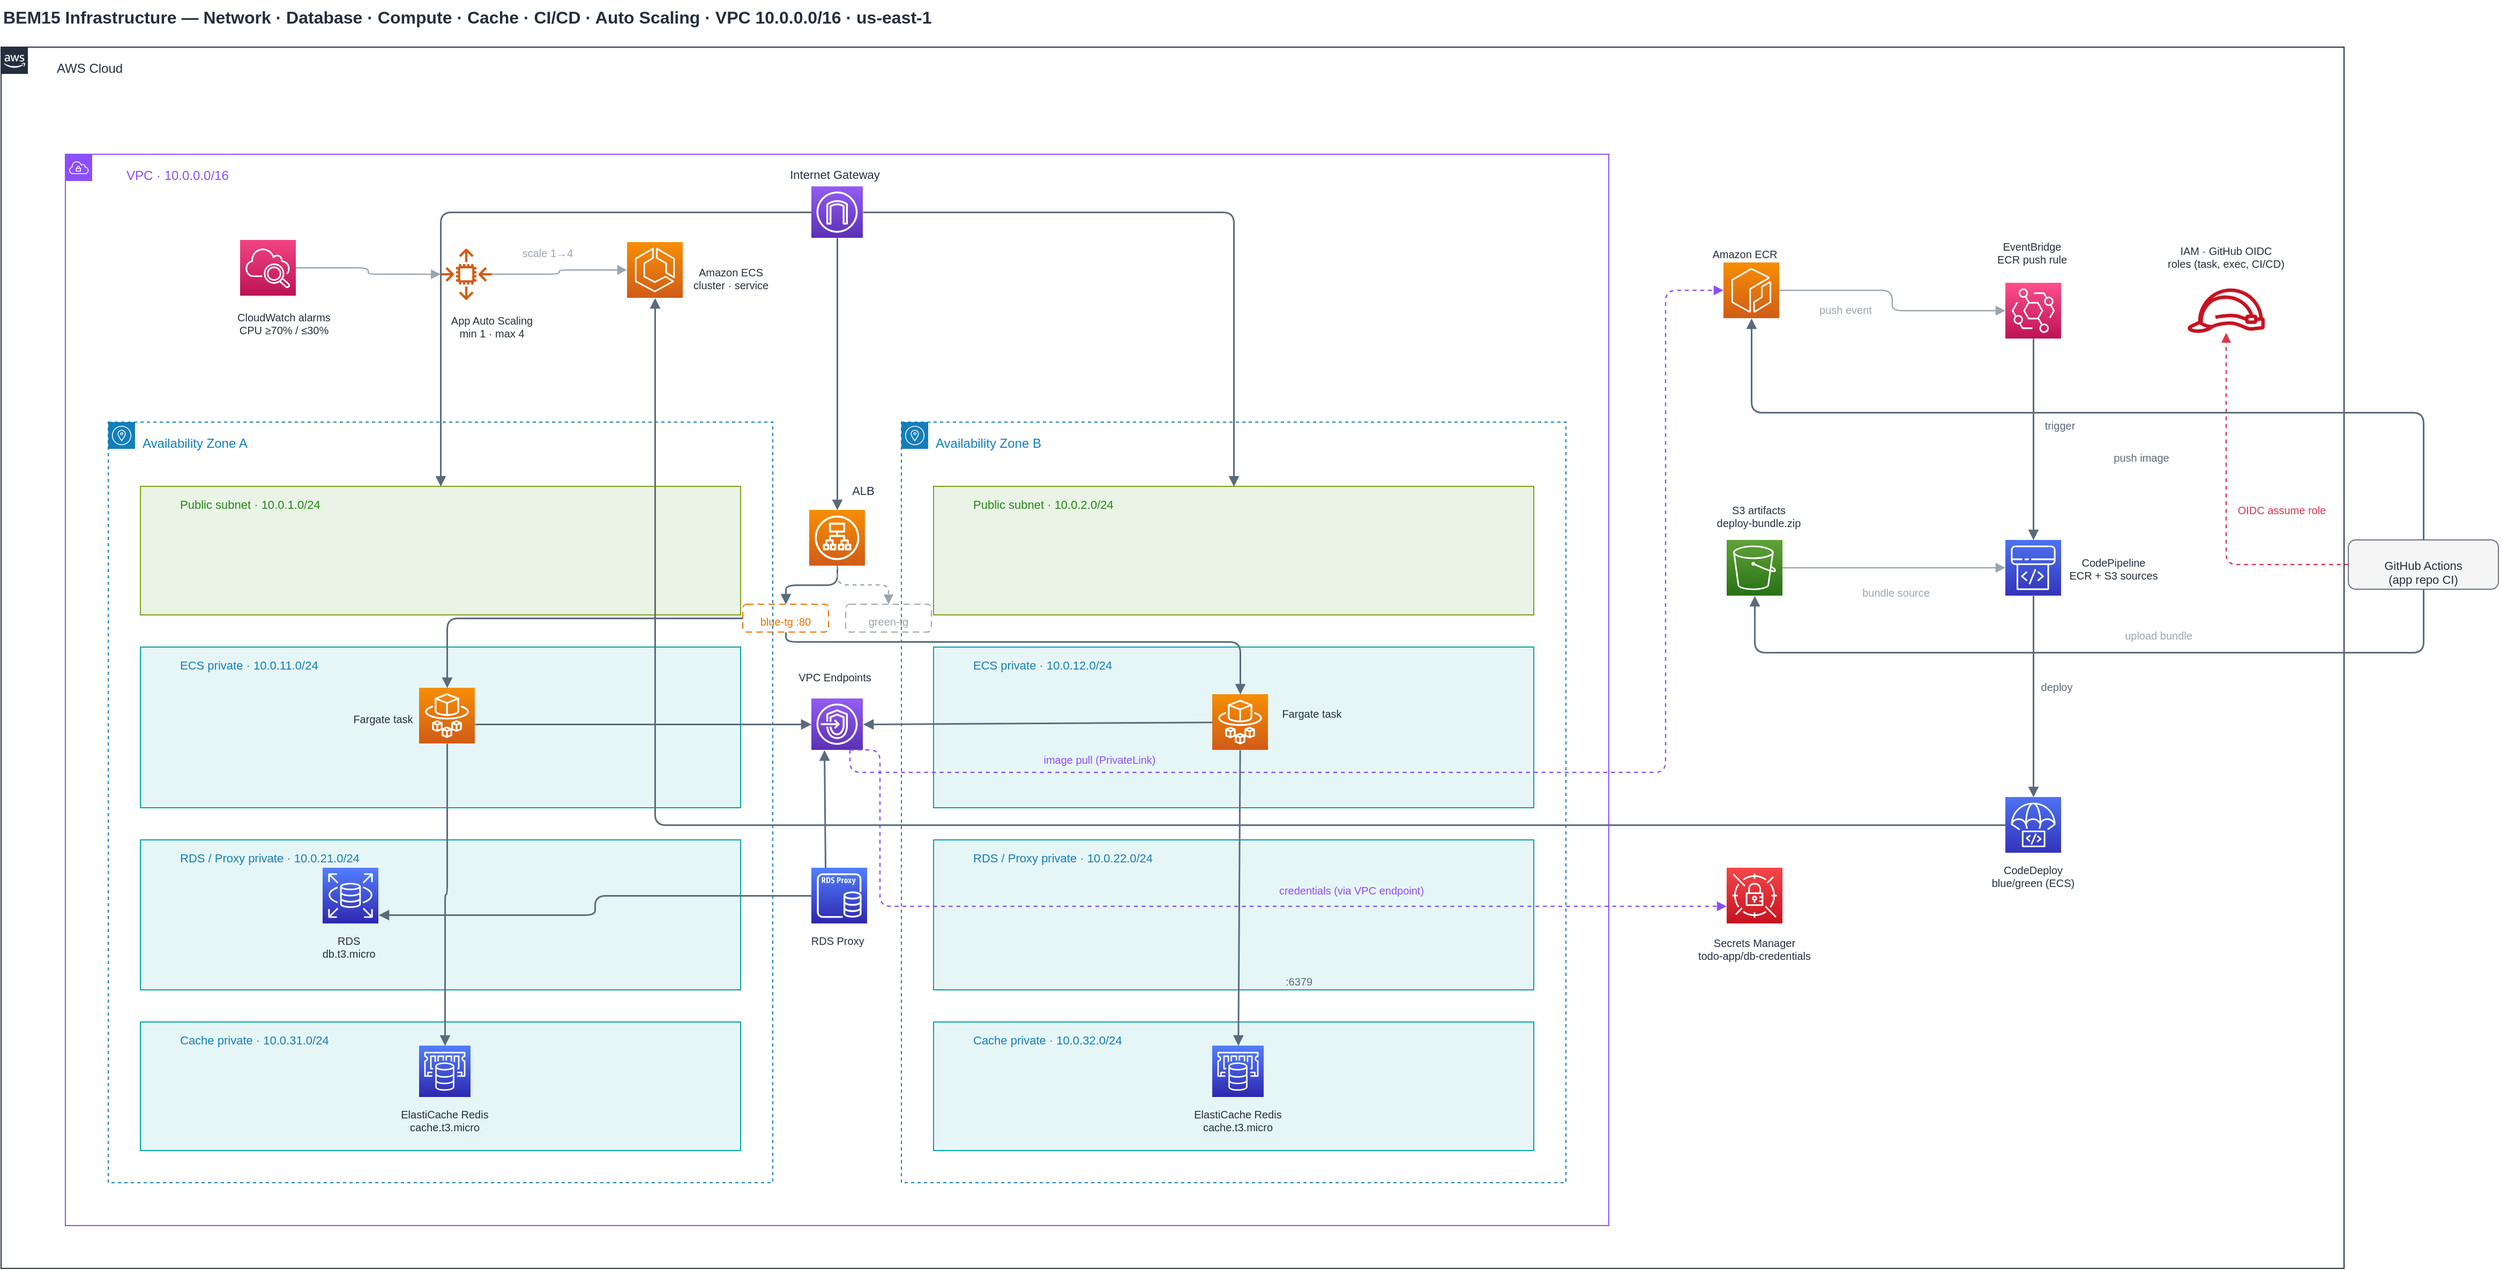
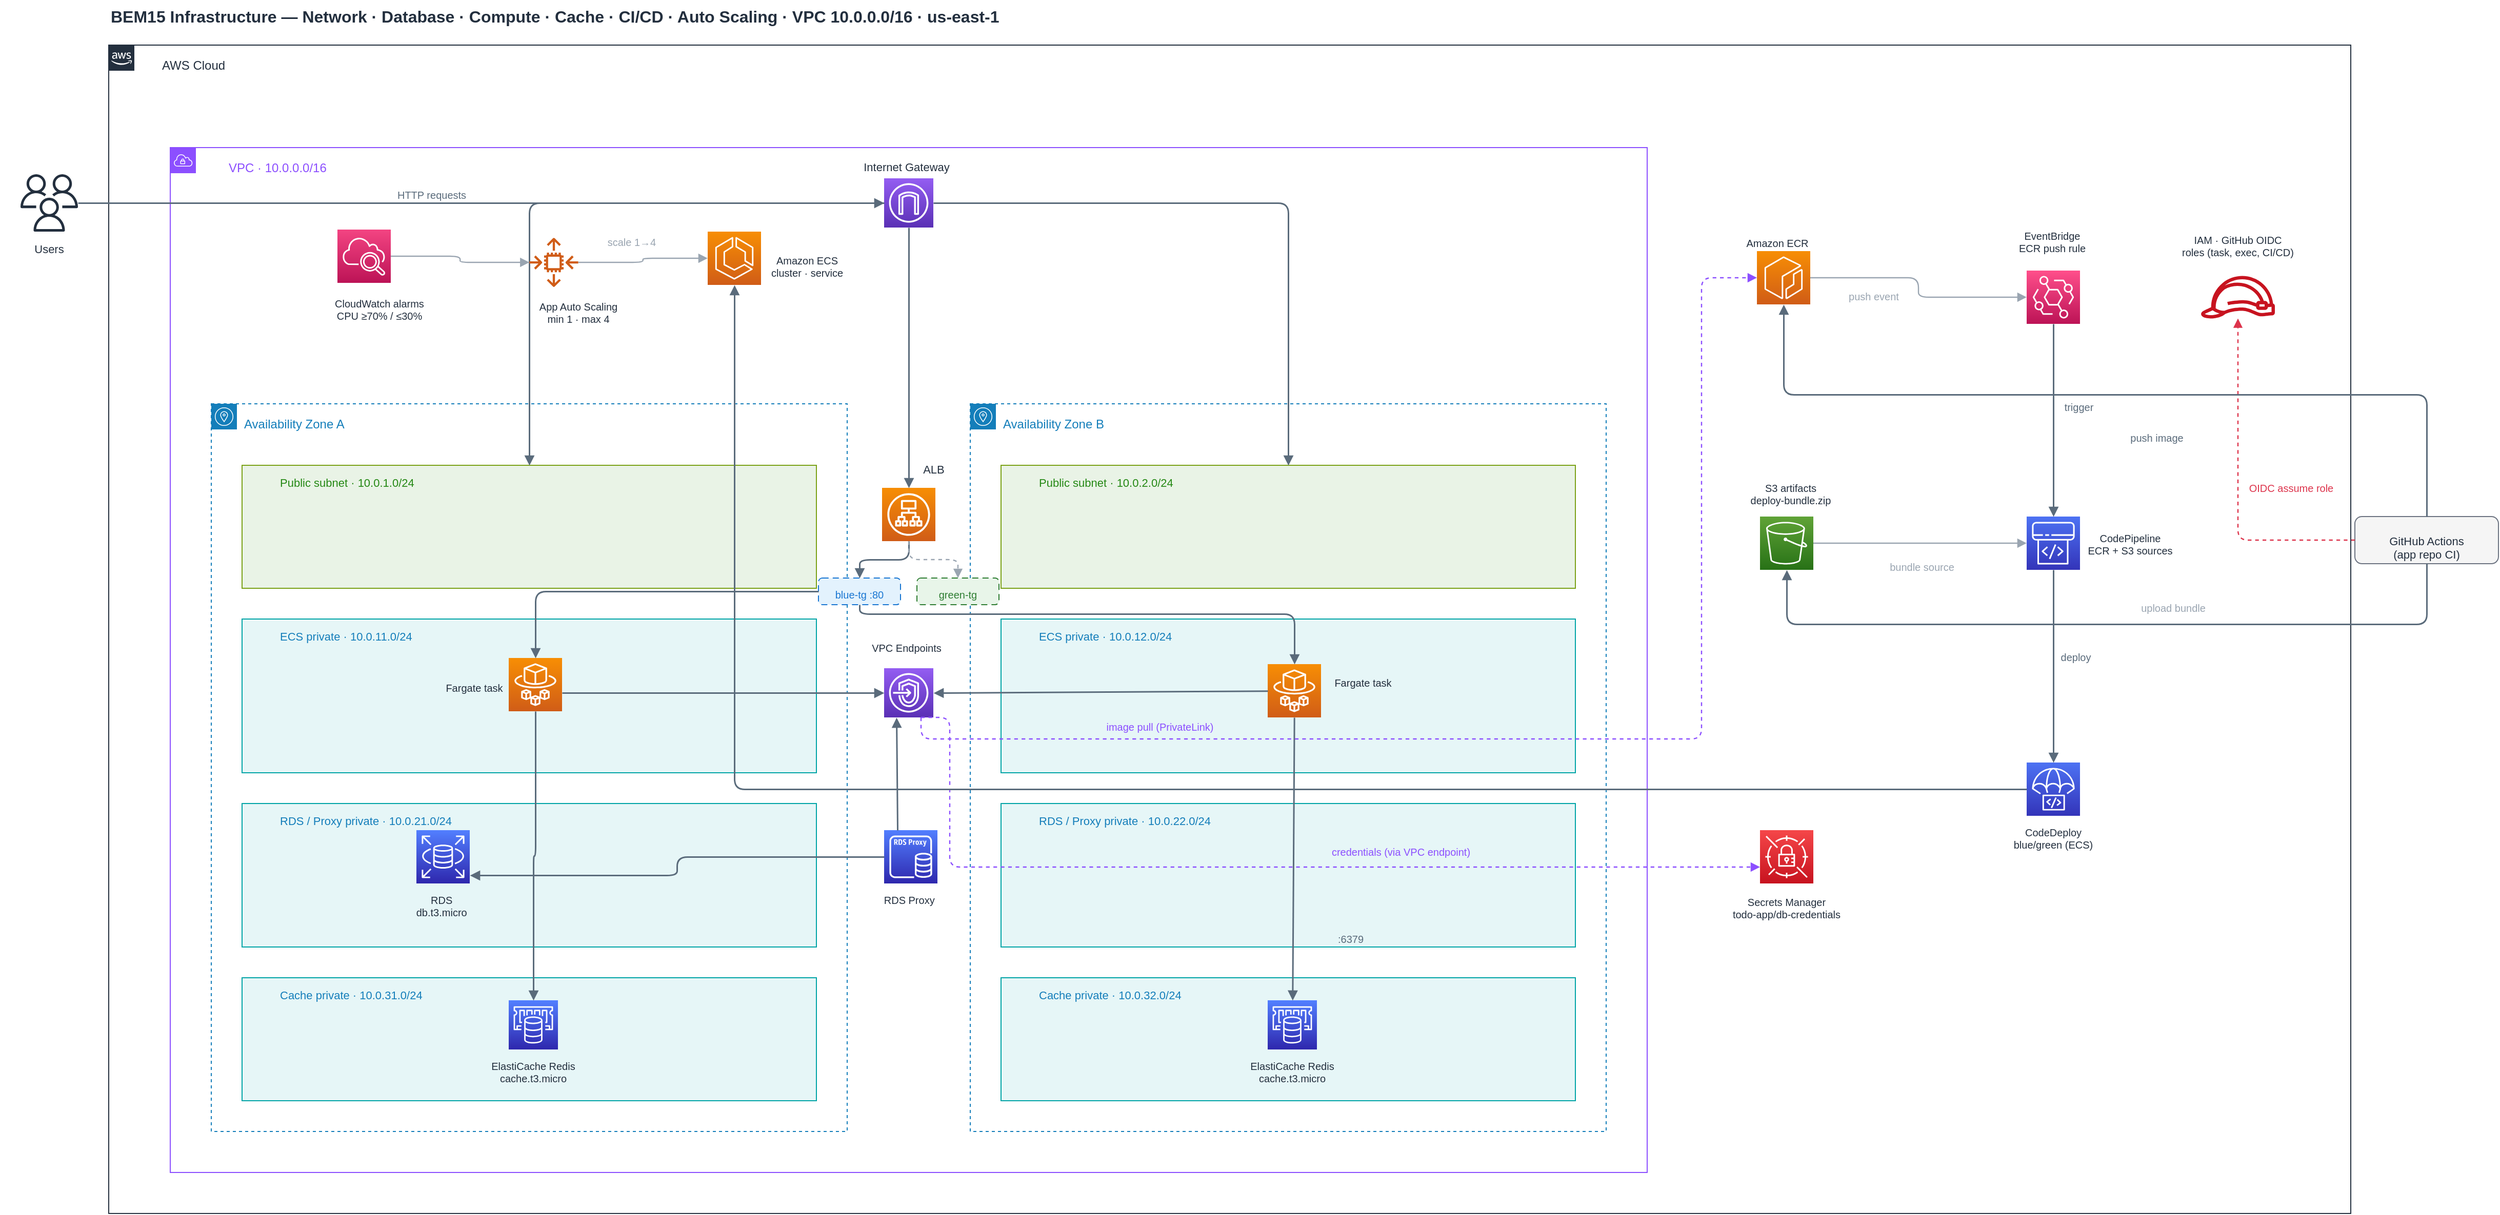
<mxfile host="app.diagrams.net">
  <diagram id="bem15-network" name="BEM15 Architecture">
    <mxGraphModel dx="1261" dy="733" grid="0" gridSize="10" guides="1" tooltips="1" connect="1" arrows="1" fold="1" page="1" pageScale="1" pageWidth="2520" pageHeight="1420" math="0" shadow="0">
      <root>
        <mxCell id="0" />
        <mxCell id="1" parent="0" />
        <mxCell id="awscloud" parent="1" style="sketch=0;outlineConnect=0;gradientColor=none;html=1;whiteSpace=wrap;fontSize=12;container=1;pointerEvents=0;collapsible=0;recursiveResize=0;shape=mxgraph.aws4.group;verticalAlign=top;align=left;spacingLeft=30;grIcon=mxgraph.aws4.group_aws_cloud_alt;strokeColor=#232F3E;fillColor=none;fontColor=#232F3E;dashed=0;" value="" vertex="1">
          <mxGeometry height="1140" width="2186" x="120" y="80" as="geometry" />
        </mxCell>
        <mxCell id="t_iam" parent="awscloud" style="text;html=1;strokeColor=none;fillColor=none;align=center;whiteSpace=wrap;fontSize=10;fontColor=#232F3E;" value="IAM · GitHub OIDC&#xa;roles (task, exec, CI/CD)" vertex="1">
          <mxGeometry height="30" width="190" x="1981" y="178" as="geometry" />
        </mxCell>
        <mxCell id="l_gh_ecr" parent="awscloud" style="text;html=1;strokeColor=none;fillColor=none;align=center;whiteSpace=wrap;fontSize=10;fontColor=#5A6B7B;" value="push image" vertex="1">
          <mxGeometry height="23" width="100" x="1947" y="371" as="geometry" />
        </mxCell>
        <mxCell id="t_eventbridge" parent="awscloud" style="text;html=1;strokeColor=none;fillColor=none;align=center;whiteSpace=wrap;fontSize=10;fontColor=#232F3E;" value="EventBridge&#xa;ECR push rule" vertex="1">
          <mxGeometry height="39" width="160" x="1815" y="173.5" as="geometry" />
        </mxCell>
        <mxCell id="l_ecr_eb" parent="awscloud" style="text;html=1;strokeColor=none;fillColor=none;align=center;whiteSpace=wrap;fontSize=10;fontColor=#9AA5B1;" value="push event" vertex="1">
          <mxGeometry height="16" width="100" x="1671" y="233" as="geometry" />
        </mxCell>
        <mxCell id="t_ecr" parent="awscloud" style="text;html=1;strokeColor=none;fillColor=none;align=center;whiteSpace=wrap;fontSize=10;fontColor=#232F3E;" value="Amazon ECR" vertex="1">
          <mxGeometry height="25" width="168" x="1543" y="180.5" as="geometry" />
        </mxCell>
        <mxCell id="t_pipeline" parent="awscloud" style="text;html=1;strokeColor=none;fillColor=none;align=center;whiteSpace=wrap;fontSize=10;fontColor=#232F3E;" value="CodePipeline&#xa;ECR + S3 sources" vertex="1">
          <mxGeometry height="30" width="170" x="1886" y="469" as="geometry" />
        </mxCell>
        <mxCell id="l_gh_s3" parent="awscloud" style="text;html=1;strokeColor=none;fillColor=none;align=center;whiteSpace=wrap;fontSize=10;fontColor=#9AA5B1;" value="upload bundle" vertex="1">
          <mxGeometry height="16" width="110" x="1958" y="537" as="geometry" />
        </mxCell>
        <mxCell id="l_eb_pipeline" parent="awscloud" style="text;html=1;strokeColor=none;fillColor=none;align=center;whiteSpace=wrap;fontSize=10;fontColor=#5A6B7B;" value="trigger" vertex="1">
          <mxGeometry height="16" width="80" x="1881" y="341" as="geometry" />
        </mxCell>
        <mxCell id="l_s3_pipeline" parent="awscloud" style="text;html=1;strokeColor=none;fillColor=none;align=center;whiteSpace=wrap;fontSize=10;fontColor=#9AA5B1;" value="bundle source" vertex="1">
          <mxGeometry height="16" width="110" x="1713" y="497" as="geometry" />
        </mxCell>
        <mxCell id="t_s3art" parent="awscloud" style="text;html=1;strokeColor=none;fillColor=none;align=center;whiteSpace=wrap;fontSize=10;fontColor=#232F3E;" value="S3 artifacts&#xa;deploy-bundle.zip" vertex="1">
          <mxGeometry height="30" width="180" x="1550" y="420" as="geometry" />
        </mxCell>
        <mxCell id="l_pipeline_cd" parent="awscloud" style="text;html=1;strokeColor=none;fillColor=none;align=center;whiteSpace=wrap;fontSize=10;fontColor=#5A6B7B;" value="deploy" vertex="1">
          <mxGeometry height="16" width="80" x="1878" y="585" as="geometry" />
        </mxCell>
        <mxCell id="l_gh_iam" parent="awscloud" style="text;html=1;strokeColor=none;fillColor=none;align=center;whiteSpace=wrap;fontSize=10;fontColor=#DD344C;" value="OIDC assume role" vertex="1">
          <mxGeometry height="16" width="130" x="2063" y="420" as="geometry" />
        </mxCell>
        <mxCell id="oRLfjVqfW2j6lcVwl0ja-7" parent="awscloud" style="sketch=0;points=[[0,0,0],[0.25,0,0],[0.5,0,0],[0.75,0,0],[1,0,0],[0,1,0],[0.25,1,0],[0.5,1,0],[0.75,1,0],[1,1,0],[0,0.25,0],[0,0.5,0],[0,0.75,0],[1,0.25,0],[1,0.5,0],[1,0.75,0]];outlineConnect=0;fontColor=#232F3E;gradientColor=#F78E04;gradientDirection=north;fillColor=#D05C17;strokeColor=#ffffff;dashed=0;verticalLabelPosition=bottom;verticalAlign=top;align=center;html=1;fontSize=11;aspect=fixed;shape=mxgraph.aws4.resourceIcon;resIcon=mxgraph.aws4.ecr;" value="" vertex="1">
          <mxGeometry height="52" width="52" x="1607" y="201" as="geometry" />
        </mxCell>
        <mxCell id="vpc" parent="1" style="sketch=0;outlineConnect=0;gradientColor=none;html=1;whiteSpace=wrap;fontSize=12;container=1;pointerEvents=0;collapsible=0;recursiveResize=0;shape=mxgraph.aws4.group;verticalAlign=top;align=left;spacingLeft=30;grIcon=mxgraph.aws4.group_vpc;strokeColor=#8C4FFF;fillColor=none;fontColor=#8C4FFF;dashed=0;" value="" vertex="1">
          <mxGeometry height="1000" width="1440" x="180" y="180" as="geometry" />
        </mxCell>
        <mxCell id="t_igw" parent="vpc" style="text;html=1;strokeColor=none;fillColor=none;align=center;whiteSpace=wrap;fontSize=11;fontColor=#232F3E;" value="Internet Gateway" vertex="1">
          <mxGeometry height="18" width="180" x="628" y="6" as="geometry" />
        </mxCell>
        <mxCell id="t_ecscluster" parent="vpc" style="text;html=1;strokeColor=none;fillColor=none;align=center;whiteSpace=wrap;fontSize=10;fontColor=#232F3E;" value="Amazon ECS&#xa;cluster · service" vertex="1">
          <mxGeometry height="30" width="160" x="541" y="98" as="geometry" />
        </mxCell>
        <mxCell id="t_autoscaling" parent="vpc" style="text;html=1;strokeColor=none;fillColor=none;align=center;whiteSpace=wrap;fontSize=10;fontColor=#232F3E;" value="App Auto Scaling&#xa;min 1 · max 4" vertex="1">
          <mxGeometry height="30" width="150" x="323" y="143" as="geometry" />
        </mxCell>
        <mxCell id="l_as_ecs" parent="vpc" style="text;html=1;strokeColor=none;fillColor=none;align=center;whiteSpace=wrap;fontSize=10;fontColor=#9AA5B1;" value="scale 1→4" vertex="1">
          <mxGeometry height="26" width="80" x="410" y="80" as="geometry" />
        </mxCell>
        <mxCell id="oRLfjVqfW2j6lcVwl0ja-6" parent="vpc" style="sketch=0;points=[[0,0,0],[0.25,0,0],[0.5,0,0],[0.75,0,0],[1,0,0],[0,1,0],[0.25,1,0],[0.5,1,0],[0.75,1,0],[1,1,0],[0,0.25,0],[0,0.5,0],[0,0.75,0],[1,0.25,0],[1,0.5,0],[1,0.75,0]];outlineConnect=0;fontColor=#232F3E;gradientColor=#F78E04;gradientDirection=north;fillColor=#D05C17;strokeColor=#ffffff;dashed=0;verticalLabelPosition=bottom;verticalAlign=top;align=center;html=1;fontSize=11;aspect=fixed;shape=mxgraph.aws4.resourceIcon;resIcon=mxgraph.aws4.ecs;" value="" vertex="1">
          <mxGeometry height="52" width="52" x="524" y="82" as="geometry" />
        </mxCell>
        <mxCell id="oRLfjVqfW2j6lcVwl0ja-8" parent="vpc" style="sketch=0;points=[[0,0,0],[0.25,0,0],[0.5,0,0],[0.75,0,0],[1,0,0],[0,1,0],[0.25,1,0],[0.5,1,0],[0.75,1,0],[1,1,0],[0,0.25,0],[0,0.5,0],[0,0.75,0],[1,0.25,0],[1,0.5,0],[1,0.75,0]];outlineConnect=0;fontColor=#232F3E;gradientColor=#F34482;gradientDirection=north;fillColor=#BC1356;strokeColor=#ffffff;dashed=0;verticalLabelPosition=bottom;verticalAlign=top;align=center;html=1;fontSize=11;aspect=fixed;shape=mxgraph.aws4.resourceIcon;resIcon=mxgraph.aws4.cloudwatch_2;" value="" vertex="1">
          <mxGeometry height="52" width="52" x="163" y="80" as="geometry" />
        </mxCell>
        <mxCell id="aza" parent="1" style="sketch=0;outlineConnect=0;gradientColor=none;html=1;whiteSpace=wrap;fontSize=12;container=1;pointerEvents=0;collapsible=0;recursiveResize=0;shape=mxgraph.aws4.group;verticalAlign=top;align=left;spacingLeft=30;grIcon=mxgraph.aws4.group_availability_zone;strokeColor=#147EBA;fillColor=none;fontColor=#147EBA;dashed=1;" value="" vertex="1">
          <mxGeometry height="710" width="620" x="220" y="430" as="geometry" />
        </mxCell>
        <mxCell id="azb" parent="1" style="sketch=0;outlineConnect=0;gradientColor=none;html=1;whiteSpace=wrap;fontSize=12;container=1;pointerEvents=0;collapsible=0;recursiveResize=0;shape=mxgraph.aws4.group;verticalAlign=top;align=left;spacingLeft=30;grIcon=mxgraph.aws4.group_availability_zone;strokeColor=#147EBA;fillColor=none;fontColor=#147EBA;dashed=1;" value="" vertex="1">
          <mxGeometry height="710" width="620" x="960" y="430" as="geometry" />
        </mxCell>
        <mxCell id="t_alb" parent="azb" style="text;html=1;strokeColor=none;fillColor=none;align=center;whiteSpace=wrap;fontSize=11;fontColor=#232F3E;" value="ALB" vertex="1">
          <mxGeometry height="27" width="97" x="-84" y="51" as="geometry" />
        </mxCell>
        <mxCell id="t_vpe" parent="azb" style="text;html=1;strokeColor=none;fillColor=none;align=center;whiteSpace=wrap;fontSize=10;fontColor=#232F3E;" value="VPC Endpoints" vertex="1">
          <mxGeometry height="28" width="192" x="-158" y="226" as="geometry" />
        </mxCell>
        <mxCell id="pubA" parent="1" style="sketch=0;outlineConnect=0;gradientColor=none;html=1;whiteSpace=wrap;fontSize=12;container=1;pointerEvents=0;collapsible=0;recursiveResize=0;shape=mxgraph.aws4.group;verticalAlign=top;align=left;spacingLeft=30;grIcon=mxgraph.aws4.group_public_subnet;strokeColor=#7AA116;fillColor=#E9F3E6;fontColor=#248814;dashed=0;" value="" vertex="1">
          <mxGeometry height="120" width="560" x="250" y="490" as="geometry" />
        </mxCell>
        <mxCell id="pubB" parent="1" style="sketch=0;outlineConnect=0;gradientColor=none;html=1;whiteSpace=wrap;fontSize=12;container=1;pointerEvents=0;collapsible=0;recursiveResize=0;shape=mxgraph.aws4.group;verticalAlign=top;align=left;spacingLeft=30;grIcon=mxgraph.aws4.group_public_subnet;strokeColor=#7AA116;fillColor=#E9F3E6;fontColor=#248814;dashed=0;" value="" vertex="1">
          <mxGeometry height="120" width="560" x="990" y="490" as="geometry" />
        </mxCell>
        <mxCell id="ecsA" parent="1" style="sketch=0;outlineConnect=0;gradientColor=none;html=1;whiteSpace=wrap;fontSize=12;container=1;pointerEvents=0;collapsible=0;recursiveResize=0;shape=mxgraph.aws4.group;verticalAlign=top;align=left;spacingLeft=30;grIcon=mxgraph.aws4.group_private_subnet;strokeColor=#00A4A6;fillColor=#E6F6F7;fontColor=#147EBA;dashed=0;" value="" vertex="1">
          <mxGeometry height="150" width="560" x="250" y="640" as="geometry" />
        </mxCell>
        <mxCell id="t_taskA" parent="ecsA" style="text;html=1;strokeColor=none;fillColor=none;align=center;whiteSpace=wrap;fontSize=10;fontColor=#232F3E;" value="Fargate task" vertex="1">
          <mxGeometry height="31" width="131" x="161" y="54.5" as="geometry" />
        </mxCell>
        <mxCell id="ecsB" parent="1" style="sketch=0;outlineConnect=0;gradientColor=none;html=1;whiteSpace=wrap;fontSize=12;container=1;pointerEvents=0;collapsible=0;recursiveResize=0;shape=mxgraph.aws4.group;verticalAlign=top;align=left;spacingLeft=30;grIcon=mxgraph.aws4.group_private_subnet;strokeColor=#00A4A6;fillColor=#E6F6F7;fontColor=#147EBA;dashed=0;" value="" vertex="1">
          <mxGeometry height="150" width="560" x="990" y="640" as="geometry" />
        </mxCell>
        <mxCell id="jY_0ml8ya98LlC0MEZ4F-3" parent="ecsB" style="text;html=1;strokeColor=none;fillColor=none;align=center;whiteSpace=wrap;fontSize=10;fontColor=#232F3E;" value="Fargate task" vertex="1">
          <mxGeometry height="25" width="72" x="317" y="50" as="geometry" />
        </mxCell>
        <mxCell id="l_vpe_ecr" parent="ecsB" style="text;html=1;strokeColor=none;fillColor=none;align=center;whiteSpace=wrap;fontSize=10;fontColor=#8C4FFF;" value="image pull (PrivateLink)" vertex="1">
          <mxGeometry height="16" width="200" x="55" y="93" as="geometry" />
        </mxCell>
        <mxCell id="taskB" parent="ecsB" style="sketch=0;points=[[0,0,0],[0.25,0,0],[0.5,0,0],[0.75,0,0],[1,0,0],[0,1,0],[0.25,1,0],[0.5,1,0],[0.75,1,0],[1,1,0],[0,0.25,0],[0,0.5,0],[0,0.75,0],[1,0.25,0],[1,0.5,0],[1,0.75,0]];outlineConnect=0;fontColor=#232F3E;gradientColor=#F78E04;gradientDirection=north;fillColor=#D05C17;strokeColor=#ffffff;dashed=0;verticalLabelPosition=bottom;verticalAlign=top;align=center;html=1;fontSize=11;aspect=fixed;shape=mxgraph.aws4.resourceIcon;resIcon=mxgraph.aws4.fargate;" value="" vertex="1">
          <mxGeometry height="52" width="52" x="260" y="44" as="geometry" />
        </mxCell>
        <mxCell id="dbA" parent="1" style="sketch=0;outlineConnect=0;gradientColor=none;html=1;whiteSpace=wrap;fontSize=12;container=1;pointerEvents=0;collapsible=0;recursiveResize=0;shape=mxgraph.aws4.group;verticalAlign=top;align=left;spacingLeft=30;grIcon=mxgraph.aws4.group_private_subnet;strokeColor=#00A4A6;fillColor=#E6F6F7;fontColor=#147EBA;dashed=0;" value="" vertex="1">
          <mxGeometry height="140" width="560" x="250" y="820" as="geometry" />
        </mxCell>
        <mxCell id="dbB" parent="1" style="sketch=0;outlineConnect=0;gradientColor=none;html=1;whiteSpace=wrap;fontSize=12;container=1;pointerEvents=0;collapsible=0;recursiveResize=0;shape=mxgraph.aws4.group;verticalAlign=top;align=left;spacingLeft=30;grIcon=mxgraph.aws4.group_private_subnet;strokeColor=#00A4A6;fillColor=#E6F6F7;fontColor=#147EBA;dashed=0;" value="" vertex="1">
          <mxGeometry height="140" width="560" x="990" y="820" as="geometry" />
        </mxCell>
        <mxCell id="l_proxy_secrets" parent="dbB" style="text;html=1;strokeColor=none;fillColor=none;align=center;whiteSpace=wrap;fontSize=10;fontColor=#8C4FFF;" value="credentials (via VPC endpoint)" vertex="1">
          <mxGeometry height="16" width="240" x="270" y="35" as="geometry" />
        </mxCell>
        <mxCell id="cacheA" parent="1" style="sketch=0;outlineConnect=0;gradientColor=none;html=1;whiteSpace=wrap;fontSize=12;container=1;pointerEvents=0;collapsible=0;recursiveResize=0;shape=mxgraph.aws4.group;verticalAlign=top;align=left;spacingLeft=30;grIcon=mxgraph.aws4.group_private_subnet;strokeColor=#00A4A6;fillColor=#E6F6F7;fontColor=#147EBA;dashed=0;" value="" vertex="1">
          <mxGeometry height="120" width="560" x="250" y="990" as="geometry" />
        </mxCell>
        <mxCell id="cacheB" parent="1" style="sketch=0;outlineConnect=0;gradientColor=none;html=1;whiteSpace=wrap;fontSize=12;container=1;pointerEvents=0;collapsible=0;recursiveResize=0;shape=mxgraph.aws4.group;verticalAlign=top;align=left;spacingLeft=30;grIcon=mxgraph.aws4.group_private_subnet;strokeColor=#00A4A6;fillColor=#E6F6F7;fontColor=#147EBA;dashed=0;" value="" vertex="1">
          <mxGeometry height="120" width="560" x="990" y="990" as="geometry" />
        </mxCell>
        <mxCell id="igw" parent="1" style="sketch=0;points=[[0,0,0],[0.25,0,0],[0.5,0,0],[0.75,0,0],[1,0,0],[0,1,0],[0.25,1,0],[0.5,1,0],[0.75,1,0],[1,1,0],[0,0.25,0],[0,0.5,0],[0,0.75,0],[1,0.25,0],[1,0.5,0],[1,0.75,0]];outlineConnect=0;fontColor=#232F3E;gradientColor=#945DF2;gradientDirection=north;fillColor=#5A30B5;strokeColor=#ffffff;dashed=0;verticalLabelPosition=bottom;verticalAlign=top;align=center;html=1;fontSize=11;aspect=fixed;shape=mxgraph.aws4.resourceIcon;resIcon=mxgraph.aws4.internet_gateway;" value="" vertex="1">
          <mxGeometry height="48" width="48" x="876" y="210" as="geometry" />
        </mxCell>
        <mxCell id="vpe" parent="1" style="sketch=0;points=[[0,0,0],[0.25,0,0],[0.5,0,0],[0.75,0,0],[1,0,0],[0,1,0],[0.25,1,0],[0.5,1,0],[0.75,1,0],[1,1,0],[0,0.25,0],[0,0.5,0],[0,0.75,0],[1,0.25,0],[1,0.5,0],[1,0.75,0]];outlineConnect=0;fontColor=#232F3E;gradientColor=#945DF2;gradientDirection=north;fillColor=#5A30B5;strokeColor=#ffffff;dashed=0;verticalLabelPosition=bottom;verticalAlign=top;align=center;html=1;fontSize=11;aspect=fixed;shape=mxgraph.aws4.resourceIcon;resIcon=mxgraph.aws4.endpoints;" value="" vertex="1">
          <mxGeometry height="48" width="48" x="876" y="688" as="geometry" />
        </mxCell>
        <mxCell id="e_igw_pubA" edge="1" parent="1" source="igw" style="edgeStyle=orthogonalEdgeStyle;rounded=1;endArrow=block;endFill=1;strokeColor=#5A6B7B;strokeWidth=1.5;html=1;" target="pubA" value="">
          <mxGeometry relative="1" as="geometry" />
        </mxCell>
        <mxCell id="e_igw_pubB" edge="1" parent="1" source="igw" style="edgeStyle=orthogonalEdgeStyle;rounded=1;endArrow=block;endFill=1;strokeColor=#5A6B7B;strokeWidth=1.5;html=1;" target="pubB" value="">
          <mxGeometry relative="1" as="geometry" />
        </mxCell>
        <mxCell id="t_title" parent="1" style="text;html=1;strokeColor=none;fillColor=none;align=left;whiteSpace=wrap;fontSize=16;fontStyle=1;fontColor=#232F3E;" value="BEM15 Infrastructure — Network · Database · Compute · Cache · CI/CD · Auto Scaling  ·  VPC 10.0.0.0/16 · us-east-1" vertex="1">
          <mxGeometry height="28" width="1600" x="120" y="36" as="geometry" />
        </mxCell>
        <mxCell id="t_cloud" parent="1" style="text;html=1;strokeColor=none;fillColor=none;align=left;whiteSpace=wrap;fontSize=12;fontColor=#232F3E;" value="AWS Cloud" vertex="1">
          <mxGeometry height="20" width="160" x="170" y="86" as="geometry" />
        </mxCell>
        <mxCell id="t_vpc" parent="1" style="text;html=1;strokeColor=none;fillColor=none;align=left;whiteSpace=wrap;fontSize=12;fontColor=#8C4FFF;" value="VPC · 10.0.0.0/16" vertex="1">
          <mxGeometry height="20" width="200" x="235" y="186" as="geometry" />
        </mxCell>
        <mxCell id="t_aza" parent="1" style="text;html=1;strokeColor=none;fillColor=none;align=left;whiteSpace=wrap;fontSize=12;fontColor=#147EBA;" value="Availability Zone A" vertex="1">
          <mxGeometry height="20" width="180" x="250" y="436" as="geometry" />
        </mxCell>
        <mxCell id="t_azb" parent="1" style="text;html=1;strokeColor=none;fillColor=none;align=left;whiteSpace=wrap;fontSize=12;fontColor=#147EBA;" value="Availability Zone B" vertex="1">
          <mxGeometry height="20" width="180" x="990" y="436" as="geometry" />
        </mxCell>
        <mxCell id="t_pubA" parent="1" style="text;html=1;strokeColor=none;fillColor=none;align=left;whiteSpace=wrap;fontSize=11;fontColor=#248814;" value="Public subnet · 10.0.1.0/24" vertex="1">
          <mxGeometry height="18" width="220" x="285" y="494" as="geometry" />
        </mxCell>
        <mxCell id="t_pubB" parent="1" style="text;html=1;strokeColor=none;fillColor=none;align=left;whiteSpace=wrap;fontSize=11;fontColor=#248814;" value="Public subnet · 10.0.2.0/24" vertex="1">
          <mxGeometry height="18" width="220" x="1025" y="494" as="geometry" />
        </mxCell>
        <mxCell id="t_ecsA" parent="1" style="text;html=1;strokeColor=none;fillColor=none;align=left;whiteSpace=wrap;fontSize=11;fontColor=#147EBA;" value="ECS private · 10.0.11.0/24" vertex="1">
          <mxGeometry height="18" width="220" x="285" y="644" as="geometry" />
        </mxCell>
        <mxCell id="t_ecsB" parent="1" style="text;html=1;strokeColor=none;fillColor=none;align=left;whiteSpace=wrap;fontSize=11;fontColor=#147EBA;" value="ECS private · 10.0.12.0/24" vertex="1">
          <mxGeometry height="18" width="220" x="1025" y="644" as="geometry" />
        </mxCell>
        <mxCell id="t_dbA" parent="1" style="text;html=1;strokeColor=none;fillColor=none;align=left;whiteSpace=wrap;fontSize=11;fontColor=#147EBA;" value="RDS / Proxy private · 10.0.21.0/24" vertex="1">
          <mxGeometry height="18" width="240" x="285" y="824" as="geometry" />
        </mxCell>
        <mxCell id="t_dbB" parent="1" style="text;html=1;strokeColor=none;fillColor=none;align=left;whiteSpace=wrap;fontSize=11;fontColor=#147EBA;" value="RDS / Proxy private · 10.0.22.0/24" vertex="1">
          <mxGeometry height="18" width="240" x="1025" y="824" as="geometry" />
        </mxCell>
        <mxCell id="t_cacheA" parent="1" style="text;html=1;strokeColor=none;fillColor=none;align=left;whiteSpace=wrap;fontSize=11;fontColor=#147EBA;" value="Cache private · 10.0.31.0/24" vertex="1">
          <mxGeometry height="18" width="220" x="285" y="994" as="geometry" />
        </mxCell>
        <mxCell id="t_cacheB" parent="1" style="text;html=1;strokeColor=none;fillColor=none;align=left;whiteSpace=wrap;fontSize=11;fontColor=#147EBA;" value="Cache private · 10.0.32.0/24" vertex="1">
          <mxGeometry height="18" width="220" x="1025" y="994" as="geometry" />
        </mxCell>
        <mxCell id="rds" parent="1" style="sketch=0;points=[[0,0,0],[0.25,0,0],[0.5,0,0],[0.75,0,0],[1,0,0],[0,1,0],[0.25,1,0],[0.5,1,0],[0.75,1,0],[1,1,0],[0,0.25,0],[0,0.5,0],[0,0.75,0],[1,0.25,0],[1,0.5,0],[1,0.75,0]];outlineConnect=0;fontColor=#232F3E;gradientColor=#527FFF;gradientDirection=north;fillColor=#2E27AD;strokeColor=#ffffff;dashed=0;verticalLabelPosition=bottom;verticalAlign=top;align=center;html=1;fontSize=11;aspect=fixed;shape=mxgraph.aws4.resourceIcon;resIcon=mxgraph.aws4.rds;" value="" vertex="1">
          <mxGeometry height="52" width="52" x="420" y="846" as="geometry" />
        </mxCell>
        <mxCell id="proxy" parent="1" style="sketch=0;points=[[0,0,0],[0.25,0,0],[0.5,0,0],[0.75,0,0],[1,0,0],[0,1,0],[0.25,1,0],[0.5,1,0],[0.75,1,0],[1,1,0],[0,0.25,0],[0,0.5,0],[0,0.75,0],[1,0.25,0],[1,0.5,0],[1,0.75,0]];outlineConnect=0;fontColor=#232F3E;gradientColor=#527FFF;gradientDirection=north;fillColor=#2E27AD;strokeColor=#ffffff;dashed=0;verticalLabelPosition=bottom;verticalAlign=top;align=center;html=1;fontSize=11;aspect=fixed;shape=mxgraph.aws4.resourceIcon;resIcon=mxgraph.aws4.rds_proxy;" value="" vertex="1">
          <mxGeometry height="52" width="52" x="876" y="846" as="geometry" />
        </mxCell>
        <mxCell id="secrets" parent="1" style="sketch=0;points=[[0,0,0],[0.25,0,0],[0.5,0,0],[0.75,0,0],[1,0,0],[0,1,0],[0.25,1,0],[0.5,1,0],[0.75,1,0],[1,1,0],[0,0.25,0],[0,0.5,0],[0,0.75,0],[1,0.25,0],[1,0.5,0],[1,0.75,0]];outlineConnect=0;fontColor=#232F3E;gradientColor=#F54749;gradientDirection=north;fillColor=#C7131F;strokeColor=#ffffff;dashed=0;verticalLabelPosition=bottom;verticalAlign=top;align=center;html=1;fontSize=11;aspect=fixed;shape=mxgraph.aws4.resourceIcon;resIcon=mxgraph.aws4.secrets_manager;" value="" vertex="1">
          <mxGeometry height="52" width="52" x="1730" y="846" as="geometry" />
        </mxCell>
        <mxCell id="e_proxy_rds" edge="1" parent="1" source="proxy" style="edgeStyle=orthogonalEdgeStyle;rounded=1;endArrow=block;endFill=1;strokeColor=#5A6B7B;strokeWidth=1.5;html=1;" target="rds" value="">
          <mxGeometry relative="1" as="geometry">
            <Array as="points">
              <mxPoint x="674" y="872" />
              <mxPoint x="674" y="890" />
            </Array>
          </mxGeometry>
        </mxCell>
        <mxCell id="e_proxy_secrets" edge="1" parent="1" source="vpe" style="edgeStyle=orthogonalEdgeStyle;rounded=1;endArrow=block;endFill=1;dashed=1;strokeColor=#8C4FFF;strokeWidth=1.2;html=1;exitX=0.75;exitY=1;exitDx=0;exitDy=0;exitPerimeter=0;" target="secrets" value="">
          <mxGeometry relative="1" as="geometry">
            <Array as="points">
              <mxPoint x="940" y="736" />
              <mxPoint x="940" y="882" />
            </Array>
          </mxGeometry>
        </mxCell>
        <mxCell id="t_rds" parent="1" style="text;html=1;strokeColor=none;fillColor=none;align=center;whiteSpace=wrap;fontSize=10;fontColor=#232F3E;" value="RDS&amp;nbsp;&lt;br&gt;db.t3.micro&amp;nbsp;" vertex="1">
          <mxGeometry height="32" width="260" x="316" y="902" as="geometry" />
        </mxCell>
        <mxCell id="t_proxy" parent="1" style="text;html=1;strokeColor=none;fillColor=none;align=center;whiteSpace=wrap;fontSize=10;fontColor=#232F3E;" value="RDS Proxy&amp;nbsp;" vertex="1">
          <mxGeometry height="32" width="270" x="767" y="902" as="geometry" />
        </mxCell>
        <mxCell id="t_secrets" parent="1" style="text;html=1;strokeColor=none;fillColor=none;align=center;whiteSpace=wrap;fontSize=10;fontColor=#232F3E;" value="Secrets Manager&#xa;todo-app/db-credentials" vertex="1">
          <mxGeometry height="32" width="270" x="1621" y="904" as="geometry" />
        </mxCell>
        <mxCell id="alb" parent="1" style="sketch=0;points=[[0,0,0],[0.25,0,0],[0.5,0,0],[0.75,0,0],[1,0,0],[0,1,0],[0.25,1,0],[0.5,1,0],[0.75,1,0],[1,1,0],[0,0.25,0],[0,0.5,0],[0,0.75,0],[1,0.25,0],[1,0.5,0],[1,0.75,0]];outlineConnect=0;fontColor=#232F3E;gradientColor=#F78E04;gradientDirection=north;fillColor=#D05C17;strokeColor=#ffffff;dashed=0;verticalLabelPosition=bottom;verticalAlign=top;align=center;html=1;fontSize=11;aspect=fixed;shape=mxgraph.aws4.resourceIcon;resIcon=mxgraph.aws4.application_load_balancer;" value="" vertex="1">
          <mxGeometry height="52" width="52" x="874" y="512" as="geometry" />
        </mxCell>
-         <mxCell id="bluetg" parent="1" style="rounded=1;dashed=1;dashPattern=6 4;strokeColor=#ED7100;fillColor=none;html=1;" value="" vertex="1">
+         <mxCell id="bluetg" parent="1" style="rounded=1;dashed=1;dashPattern=6 4;strokeColor=#1976D2;fillColor=#E3F2FD;html=1;" value="" vertex="1">
          <mxGeometry height="26" width="80" x="812" y="600" as="geometry" />
        </mxCell>
-         <mxCell id="greentg" parent="1" style="rounded=1;dashed=1;dashPattern=6 4;strokeColor=#9AA5B1;fillColor=none;html=1;" value="" vertex="1">
+         <mxCell id="greentg" parent="1" style="rounded=1;dashed=1;dashPattern=6 4;strokeColor=#2E7D32;fillColor=#E8F5E9;html=1;" value="" vertex="1">
          <mxGeometry height="26" width="80" x="908" y="600" as="geometry" />
        </mxCell>
        <mxCell id="taskA" parent="1" style="sketch=0;points=[[0,0,0],[0.25,0,0],[0.5,0,0],[0.75,0,0],[1,0,0],[0,1,0],[0.25,1,0],[0.5,1,0],[0.75,1,0],[1,1,0],[0,0.25,0],[0,0.5,0],[0,0.75,0],[1,0.25,0],[1,0.5,0],[1,0.75,0]];outlineConnect=0;fontColor=#232F3E;gradientColor=#F78E04;gradientDirection=north;fillColor=#D05C17;strokeColor=#ffffff;dashed=0;verticalLabelPosition=bottom;verticalAlign=top;align=center;html=1;fontSize=11;aspect=fixed;shape=mxgraph.aws4.resourceIcon;resIcon=mxgraph.aws4.fargate;" value="" vertex="1">
          <mxGeometry height="52" width="52" x="510" y="678" as="geometry" />
        </mxCell>
        <mxCell id="e_igw_alb" edge="1" parent="1" source="igw" style="edgeStyle=orthogonalEdgeStyle;rounded=1;endArrow=block;endFill=1;strokeColor=#5A6B7B;strokeWidth=1.5;html=1;" target="alb" value="">
          <mxGeometry relative="1" as="geometry" />
        </mxCell>
        <mxCell id="e_alb_bluetg" edge="1" parent="1" source="alb" style="edgeStyle=orthogonalEdgeStyle;rounded=1;endArrow=block;endFill=1;strokeColor=#5A6B7B;strokeWidth=1.5;html=1;" target="bluetg" value="">
          <mxGeometry relative="1" as="geometry" />
        </mxCell>
        <mxCell id="e_alb_greentg" edge="1" parent="1" source="alb" style="edgeStyle=orthogonalEdgeStyle;rounded=1;endArrow=block;endFill=1;dashed=1;strokeColor=#9AA5B1;strokeWidth=1.2;html=1;" target="greentg" value="">
          <mxGeometry relative="1" as="geometry" />
        </mxCell>
        <mxCell id="e_bluetg_taskA" edge="1" parent="1" source="bluetg" style="edgeStyle=orthogonalEdgeStyle;rounded=1;endArrow=block;endFill=1;strokeColor=#5A6B7B;strokeWidth=1.5;html=1;" target="taskA" value="">
          <mxGeometry relative="1" as="geometry" />
        </mxCell>
        <mxCell id="e_bluetg_taskB" edge="1" parent="1" source="bluetg" style="edgeStyle=orthogonalEdgeStyle;rounded=1;endArrow=block;endFill=1;strokeColor=#5A6B7B;strokeWidth=1.5;html=1;" target="taskB" value="">
          <mxGeometry relative="1" as="geometry">
            <Array as="points">
              <mxPoint x="852" y="635" />
              <mxPoint x="1276" y="635" />
            </Array>
          </mxGeometry>
        </mxCell>
        <mxCell id="e_taskA_proxy" edge="1" parent="1" source="taskA" style="edgeStyle=elbowEdgeStyle;rounded=1;endArrow=block;endFill=1;strokeColor=#5A6B7B;strokeWidth=1.5;html=1;entryX=0;entryY=0.5;entryDx=0;entryDy=0;entryPerimeter=0;elbow=vertical;" target="vpe" value="">
          <mxGeometry relative="1" as="geometry" />
        </mxCell>
        <mxCell id="e_taskB_proxy" edge="1" parent="1" source="taskB" style="rounded=1;endArrow=block;endFill=1;strokeColor=#5A6B7B;strokeWidth=1.5;html=1;entryX=1;entryY=0.5;entryDx=0;entryDy=0;entryPerimeter=0;" target="vpe" value="">
          <mxGeometry relative="1" as="geometry" />
        </mxCell>
-         <mxCell id="t_bluetg" parent="1" style="text;html=1;strokeColor=none;fillColor=none;align=center;whiteSpace=wrap;fontSize=10;fontColor=#ED7100;" value="blue-tg :80" vertex="1">
+         <mxCell id="t_bluetg" parent="1" style="text;html=1;strokeColor=none;fillColor=none;align=center;whiteSpace=wrap;fontSize=10;fontColor=#1976D2;" value="blue-tg :80" vertex="1">
          <mxGeometry height="18" width="80" x="812" y="604" as="geometry" />
        </mxCell>
-         <mxCell id="t_greentg" parent="1" style="text;html=1;strokeColor=none;fillColor=none;align=center;whiteSpace=wrap;fontSize=10;fontColor=#9AA5B1;" value="green-tg" vertex="1">
+         <mxCell id="t_greentg" parent="1" style="text;html=1;strokeColor=none;fillColor=none;align=center;whiteSpace=wrap;fontSize=10;fontColor=#2E7D32;" value="green-tg" vertex="1">
          <mxGeometry height="18" width="80" x="908" y="604" as="geometry" />
        </mxCell>
        <mxCell id="redisA" parent="1" style="sketch=0;points=[[0,0,0],[0.25,0,0],[0.5,0,0],[0.75,0,0],[1,0,0],[0,1,0],[0.25,1,0],[0.5,1,0],[0.75,1,0],[1,1,0],[0,0.25,0],[0,0.5,0],[0,0.75,0],[1,0.25,0],[1,0.5,0],[1,0.75,0]];outlineConnect=0;fontColor=#232F3E;gradientColor=#527FFF;gradientDirection=north;fillColor=#2E27AD;strokeColor=#ffffff;dashed=0;verticalLabelPosition=bottom;verticalAlign=top;align=center;html=1;fontSize=11;aspect=fixed;shape=mxgraph.aws4.resourceIcon;resIcon=mxgraph.aws4.elasticache;" value="" vertex="1">
          <mxGeometry height="48" width="48" x="510" y="1012" as="geometry" />
        </mxCell>
        <mxCell id="redisB" parent="1" style="sketch=0;points=[[0,0,0],[0.25,0,0],[0.5,0,0],[0.75,0,0],[1,0,0],[0,1,0],[0.25,1,0],[0.5,1,0],[0.75,1,0],[1,1,0],[0,0.25,0],[0,0.5,0],[0,0.75,0],[1,0.25,0],[1,0.5,0],[1,0.75,0]];outlineConnect=0;fontColor=#232F3E;gradientColor=#527FFF;gradientDirection=north;fillColor=#2E27AD;strokeColor=#ffffff;dashed=0;verticalLabelPosition=bottom;verticalAlign=top;align=center;html=1;fontSize=11;aspect=fixed;shape=mxgraph.aws4.resourceIcon;resIcon=mxgraph.aws4.elasticache;" value="" vertex="1">
          <mxGeometry height="48" width="48" x="1250" y="1012" as="geometry" />
        </mxCell>
        <mxCell id="e_taskA_redisA" edge="1" parent="1" source="taskA" style="edgeStyle=orthogonalEdgeStyle;rounded=1;endArrow=block;endFill=1;strokeColor=#5A6B7B;strokeWidth=1.5;html=1;" target="redisA" value="">
          <mxGeometry relative="1" as="geometry" />
        </mxCell>
        <mxCell id="e_taskB_redisB" edge="1" parent="1" source="taskB" style="rounded=1;endArrow=block;endFill=1;strokeColor=#5A6B7B;strokeWidth=1.5;html=1;" target="redisB" value="">
          <mxGeometry relative="1" as="geometry" />
        </mxCell>
        <mxCell id="t_redisA" parent="1" style="text;html=1;strokeColor=none;fillColor=none;align=center;whiteSpace=wrap;fontSize=10;fontColor=#232F3E;" value="ElastiCache Redis&#xa;cache.t3.micro" vertex="1">
          <mxGeometry height="30" width="200" x="434" y="1064" as="geometry" />
        </mxCell>
        <mxCell id="t_redisB" parent="1" style="text;html=1;strokeColor=none;fillColor=none;align=center;whiteSpace=wrap;fontSize=10;fontColor=#232F3E;" value="ElastiCache Redis&#xa;cache.t3.micro" vertex="1">
          <mxGeometry height="30" width="200" x="1174" y="1064" as="geometry" />
        </mxCell>
        <mxCell id="l_taskB_redisB" parent="1" style="text;html=1;strokeColor=none;fillColor=none;align=center;whiteSpace=wrap;fontSize=10;fontColor=#5A6B7B;" value=":6379" vertex="1">
          <mxGeometry height="16" width="70" x="1296" y="940" as="geometry" />
        </mxCell>
        <mxCell id="autoscaling" parent="1" style="sketch=0;outlineConnect=0;fontColor=#232F3E;gradientColor=none;html=1;dashed=0;verticalLabelPosition=bottom;verticalAlign=top;align=center;fontSize=11;shape=mxgraph.aws4.auto_scaling2;fillColor=#D05C17;strokeColor=none;" value="" vertex="1">
          <mxGeometry height="48" width="48" x="530" y="268" as="geometry" />
        </mxCell>
        <mxCell id="e_cw_as" edge="1" parent="1" source="oRLfjVqfW2j6lcVwl0ja-8" style="edgeStyle=orthogonalEdgeStyle;rounded=1;endArrow=block;endFill=1;strokeColor=#9AA5B1;strokeWidth=1.2;html=1;" target="autoscaling" value="">
          <mxGeometry relative="1" as="geometry" />
        </mxCell>
        <mxCell id="e_as_ecs" edge="1" parent="1" source="autoscaling" style="edgeStyle=orthogonalEdgeStyle;rounded=1;endArrow=block;endFill=1;strokeColor=#9AA5B1;strokeWidth=1.2;html=1;" target="oRLfjVqfW2j6lcVwl0ja-6" value="">
          <mxGeometry relative="1" as="geometry" />
        </mxCell>
        <mxCell id="t_cwalarm" parent="1" style="text;html=1;strokeColor=none;fillColor=none;align=center;whiteSpace=wrap;fontSize=10;fontColor=#232F3E;" value="CloudWatch alarms&#xa;CPU ≥70% / ≤30%" vertex="1">
          <mxGeometry height="30" width="160" x="304" y="320" as="geometry" />
        </mxCell>
        <mxCell id="s3art" parent="1" style="sketch=0;points=[[0,0,0],[0.25,0,0],[0.5,0,0],[0.75,0,0],[1,0,0],[0,1,0],[0.25,1,0],[0.5,1,0],[0.75,1,0],[1,1,0],[0,0.25,0],[0,0.5,0],[0,0.75,0],[1,0.25,0],[1,0.5,0],[1,0.75,0]];outlineConnect=0;fontColor=#232F3E;gradientColor=#60A337;gradientDirection=north;fillColor=#277116;strokeColor=#ffffff;dashed=0;verticalLabelPosition=bottom;verticalAlign=top;align=center;html=1;fontSize=11;aspect=fixed;shape=mxgraph.aws4.resourceIcon;resIcon=mxgraph.aws4.s3;" value="" vertex="1">
          <mxGeometry height="52" width="52" x="1730" y="540" as="geometry" />
        </mxCell>
        <mxCell id="eventbridge" parent="1" style="sketch=0;points=[[0,0,0],[0.25,0,0],[0.5,0,0],[0.75,0,0],[1,0,0],[0,1,0],[0.25,1,0],[0.5,1,0],[0.75,1,0],[1,1,0],[0,0.25,0],[0,0.5,0],[0,0.75,0],[1,0.25,0],[1,0.5,0],[1,0.75,0]];outlineConnect=0;fontColor=#232F3E;gradientColor=#FF4F8B;gradientDirection=north;fillColor=#BC1356;strokeColor=#ffffff;dashed=0;verticalLabelPosition=bottom;verticalAlign=top;align=center;html=1;fontSize=11;aspect=fixed;shape=mxgraph.aws4.resourceIcon;resIcon=mxgraph.aws4.eventbridge;" value="" vertex="1">
          <mxGeometry height="52" width="52" x="1990" y="300" as="geometry" />
        </mxCell>
        <mxCell id="pipeline" parent="1" style="sketch=0;points=[[0,0,0],[0.25,0,0],[0.5,0,0],[0.75,0,0],[1,0,0],[0,1,0],[0.25,1,0],[0.5,1,0],[0.75,1,0],[1,1,0],[0,0.25,0],[0,0.5,0],[0,0.75,0],[1,0.25,0],[1,0.5,0],[1,0.75,0]];outlineConnect=0;fontColor=#232F3E;gradientColor=#4D72F3;gradientDirection=north;fillColor=#3334B9;strokeColor=#ffffff;dashed=0;verticalLabelPosition=bottom;verticalAlign=top;align=center;html=1;fontSize=11;aspect=fixed;shape=mxgraph.aws4.resourceIcon;resIcon=mxgraph.aws4.codepipeline;" value="" vertex="1">
          <mxGeometry height="52" width="52" x="1990" y="540" as="geometry" />
        </mxCell>
        <mxCell id="codedeploy" parent="1" style="sketch=0;points=[[0,0,0],[0.25,0,0],[0.5,0,0],[0.75,0,0],[1,0,0],[0,1,0],[0.25,1,0],[0.5,1,0],[0.75,1,0],[1,1,0],[0,0.25,0],[0,0.5,0],[0,0.75,0],[1,0.25,0],[1,0.5,0],[1,0.75,0]];outlineConnect=0;fontColor=#232F3E;gradientColor=#4D72F3;gradientDirection=north;fillColor=#3334B9;strokeColor=#ffffff;dashed=0;verticalLabelPosition=bottom;verticalAlign=top;align=center;html=1;fontSize=11;aspect=fixed;shape=mxgraph.aws4.resourceIcon;resIcon=mxgraph.aws4.codedeploy;" value="" vertex="1">
          <mxGeometry height="52" width="52" x="1990" y="780" as="geometry" />
        </mxCell>
        <mxCell id="t_codedeploy" parent="1" style="text;html=1;strokeColor=none;fillColor=none;align=center;whiteSpace=wrap;fontSize=10;fontColor=#232F3E;" value="CodeDeploy&#xa;blue/green (ECS)" vertex="1">
          <mxGeometry height="30" width="170" x="1931" y="836" as="geometry" />
        </mxCell>
        <mxCell id="iamrole" parent="1" style="sketch=0;outlineConnect=0;fontColor=#232F3E;gradientColor=none;html=1;dashed=0;verticalLabelPosition=bottom;verticalAlign=top;align=center;fontSize=11;shape=mxgraph.aws4.role;fillColor=#C7131F;strokeColor=none;" value="" vertex="1">
          <mxGeometry height="44" width="72" x="2160" y="304" as="geometry" />
        </mxCell>
        <mxCell id="github" parent="1" style="rounded=1;whiteSpace=wrap;html=1;fillColor=#F5F5F5;strokeColor=#6B7280;fontColor=#232F3E;" value="" vertex="1">
          <mxGeometry height="46" width="140" x="2310" y="540" as="geometry" />
        </mxCell>
        <mxCell id="t_github" parent="1" style="text;html=1;strokeColor=none;fillColor=none;align=center;whiteSpace=wrap;fontSize=11;fontColor=#232F3E;" value="GitHub Actions&#xa;(app repo CI)" vertex="1">
          <mxGeometry height="30" width="140" x="2310" y="551" as="geometry" />
        </mxCell>
        <mxCell id="e_gh_iam" edge="1" parent="1" source="github" style="edgeStyle=orthogonalEdgeStyle;rounded=1;endArrow=block;endFill=1;dashed=1;strokeColor=#DD344C;strokeWidth=1.2;html=1;" target="iamrole" value="">
          <mxGeometry relative="1" as="geometry" />
        </mxCell>
        <mxCell id="e_ecr_eb" edge="1" parent="1" source="oRLfjVqfW2j6lcVwl0ja-7" style="edgeStyle=orthogonalEdgeStyle;rounded=1;endArrow=block;endFill=1;strokeColor=#9AA5B1;strokeWidth=1.2;html=1;" target="eventbridge" value="">
          <mxGeometry relative="1" as="geometry" />
        </mxCell>
        <mxCell id="e_eb_pipeline" edge="1" parent="1" source="eventbridge" style="edgeStyle=orthogonalEdgeStyle;rounded=1;endArrow=block;endFill=1;strokeColor=#5A6B7B;strokeWidth=1.5;html=1;" target="pipeline" value="">
          <mxGeometry relative="1" as="geometry" />
        </mxCell>
        <mxCell id="e_s3_pipeline" edge="1" parent="1" source="s3art" style="edgeStyle=orthogonalEdgeStyle;rounded=1;endArrow=block;endFill=1;strokeColor=#9AA5B1;strokeWidth=1.2;html=1;" target="pipeline" value="">
          <mxGeometry relative="1" as="geometry" />
        </mxCell>
        <mxCell id="e_pipeline_cd" edge="1" parent="1" source="pipeline" style="edgeStyle=orthogonalEdgeStyle;rounded=1;endArrow=block;endFill=1;strokeColor=#5A6B7B;strokeWidth=1.5;html=1;" target="codedeploy" value="">
          <mxGeometry relative="1" as="geometry" />
        </mxCell>
        <mxCell id="e_cd_ecs" edge="1" parent="1" source="codedeploy" style="edgeStyle=orthogonalEdgeStyle;rounded=1;endArrow=block;endFill=1;strokeColor=#5A6B7B;strokeWidth=1.5;html=1;" target="oRLfjVqfW2j6lcVwl0ja-6" value="">
          <mxGeometry relative="1" as="geometry" />
        </mxCell>
        <mxCell id="e_gh_ecr" edge="1" parent="1" source="github" style="edgeStyle=orthogonalEdgeStyle;rounded=1;endArrow=block;endFill=1;strokeColor=#5A6B7B;strokeWidth=1.5;html=1;exitX=0.5;exitY=0;exitDx=0;exitDy=0;entryX=0.5;entryY=1;entryDx=0;entryDy=0;entryPerimeter=0;" target="oRLfjVqfW2j6lcVwl0ja-7" value="">
          <mxGeometry relative="1" as="geometry">
            <Array as="points">
              <mxPoint x="2380" y="421" />
              <mxPoint x="1753" y="421" />
            </Array>
            <mxPoint x="2385" y="517.9999999999998" as="sourcePoint" />
            <mxPoint x="1755.9999999999995" y="352" as="targetPoint" />
          </mxGeometry>
        </mxCell>
        <mxCell id="oRLfjVqfW2j6lcVwl0ja-2" edge="1" parent="1" source="github" style="edgeStyle=orthogonalEdgeStyle;rounded=1;endArrow=block;endFill=1;strokeColor=#5A6B7B;strokeWidth=1.5;html=1;entryX=0.5;entryY=1;entryDx=0;entryDy=0;entryPerimeter=0;exitX=0.5;exitY=1;exitDx=0;exitDy=0;" target="s3art" value="">
          <mxGeometry relative="1" as="geometry">
            <Array as="points">
              <mxPoint x="2380" y="645" />
              <mxPoint x="1756" y="645" />
            </Array>
            <mxPoint x="2378.06" y="624.0600000000001" as="sourcePoint" />
            <mxPoint x="1754.0599999999995" y="635.0600000000001" as="targetPoint" />
          </mxGeometry>
        </mxCell>
        <mxCell id="oRLfjVqfW2j6lcVwl0ja-4" edge="1" parent="1" source="proxy" style="rounded=1;endArrow=block;endFill=1;strokeColor=#5A6B7B;strokeWidth=1.5;html=1;exitX=0.25;exitY=0;exitDx=0;exitDy=0;exitPerimeter=0;entryX=0.25;entryY=1;entryDx=0;entryDy=0;entryPerimeter=0;" target="vpe" value="">
          <mxGeometry relative="1" as="geometry">
            <mxPoint x="572" y="722" as="sourcePoint" />
            <mxPoint x="886" y="734" as="targetPoint" />
          </mxGeometry>
        </mxCell>
        <mxCell id="e_vpe_ecr" edge="1" parent="1" source="vpe" style="edgeStyle=orthogonalEdgeStyle;rounded=1;endArrow=block;endFill=1;dashed=1;strokeColor=#8C4FFF;strokeWidth=1.2;html=1;exitX=0.75;exitY=1;exitDx=0;exitDy=0;exitPerimeter=0;entryX=0;entryY=0.5;entryDx=0;entryDy=0;entryPerimeter=0;" target="oRLfjVqfW2j6lcVwl0ja-7" value="">
          <mxGeometry relative="1" as="geometry">
            <Array as="points">
              <mxPoint x="912" y="757" />
              <mxPoint x="1673" y="757" />
              <mxPoint x="1673" y="307" />
            </Array>
            <mxPoint x="925" y="727.498823529412" as="sourcePoint" />
            <mxPoint x="1731" y="341.4988235294117" as="targetPoint" />
          </mxGeometry>
+         </mxCell>
+         <mxCell id="users" parent="1" style="sketch=0;outlineConnect=0;fontColor=#232F3E;gradientColor=none;fillColor=#232F3E;strokeColor=none;dashed=0;verticalLabelPosition=bottom;verticalAlign=top;align=center;html=1;fontSize=11;shape=mxgraph.aws4.users;" value="" vertex="1">
+           <mxGeometry height="56" width="64" x="30" y="206" as="geometry" />
+         </mxCell>
+         <mxCell id="t_users" parent="1" style="text;html=1;strokeColor=none;fillColor=none;align=center;whiteSpace=wrap;fontSize=11;fontColor=#232F3E;" value="Users" vertex="1">
+           <mxGeometry height="18" width="96" x="14" y="266" as="geometry" />
+         </mxCell>
+         <mxCell id="e_users_igw" edge="1" parent="1" source="users" target="igw" style="edgeStyle=orthogonalEdgeStyle;rounded=1;endArrow=block;endFill=1;strokeColor=#5A6B7B;strokeWidth=1.5;html=1;" value="">
+           <mxGeometry relative="1" as="geometry" />
+         </mxCell>
+         <mxCell id="l_users_igw" parent="1" style="text;html=1;strokeColor=none;fillColor=none;align=center;whiteSpace=wrap;fontSize=10;fontColor=#5A6B7B;" value="HTTP requests" vertex="1">
+           <mxGeometry height="16" width="110" x="380" y="214" as="geometry" />
        </mxCell>
      </root>
    </mxGraphModel>
  </diagram>
</mxfile>
